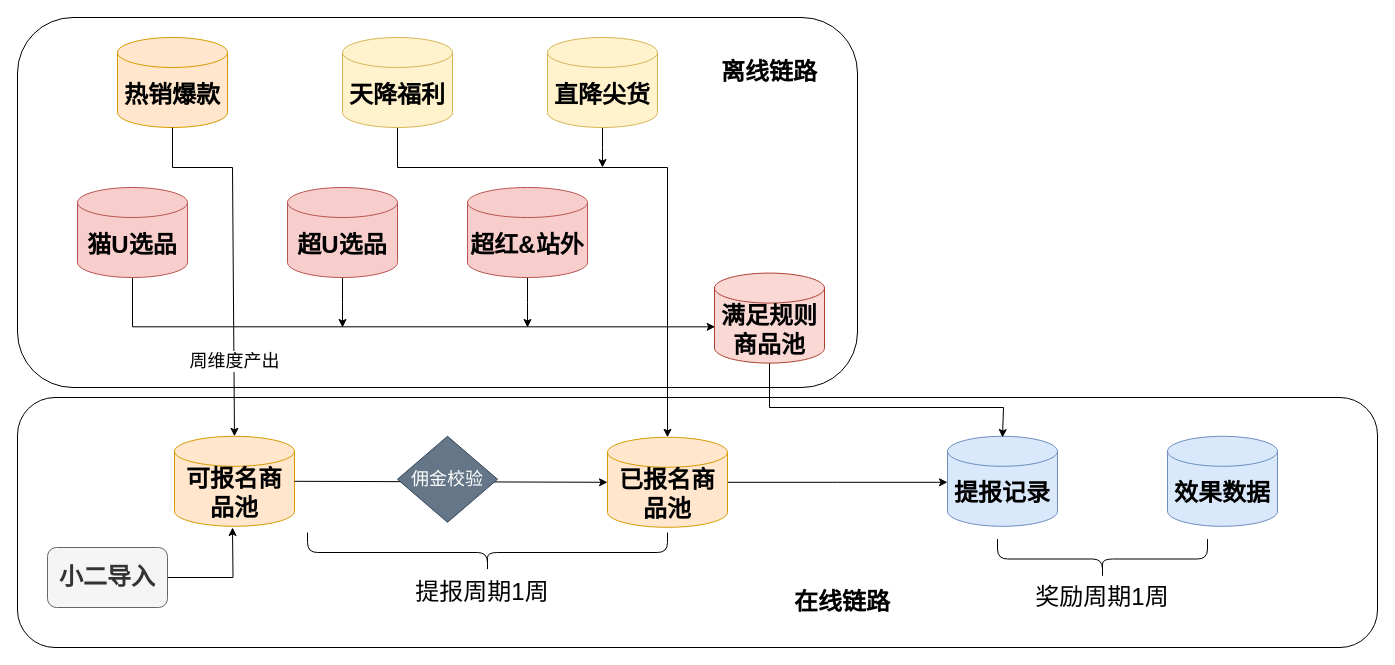
This is 淘客激励升级.drawio from RuishanFang/notes, a draw.io file, before an edit. Source tidied: cells renumbered, new cells numbered last; positions are measured from the earlier drawing's top-left corner, leaving out a move shared by most shapes. Both pictures are drawn from the tidied source at 100%, with x=0, y=0 at pixel (17, 17).
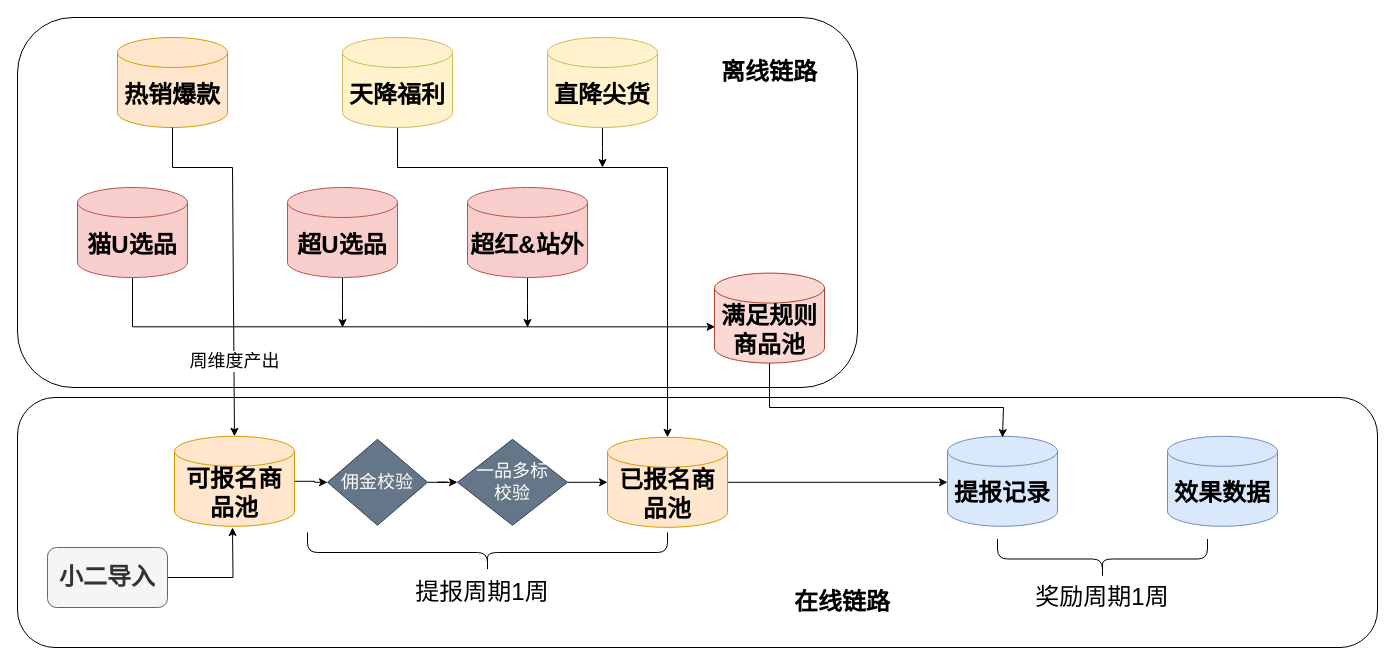
After the change.

Commit message:
更新淘客激励升级.drawio

Unchanged cells that the change refers to:
```xml
<mxCell id="9" value="&lt;font style=&quot;font-size: 24px;&quot;&gt;&lt;b style=&quot;&quot;&gt;可报名商品池&lt;/b&gt;&lt;/font&gt;" style="shape=cylinder3;whiteSpace=wrap;html=1;boundedLbl=1;backgroundOutline=1;size=15;fillColor=#ffe6cc;strokeColor=#d79b00;" parent="1" vertex="1">
  <mxGeometry x="157" y="418.8" width="120" height="90" as="geometry" />
</mxCell>
<mxCell id="11" value="&lt;span style=&quot;font-size: 24px;&quot;&gt;&lt;b&gt;已报名商品池&lt;/b&gt;&lt;/span&gt;" style="shape=cylinder3;whiteSpace=wrap;html=1;boundedLbl=1;backgroundOutline=1;size=15;fillColor=#ffe6cc;strokeColor=#d79b00;" parent="1" vertex="1">
  <mxGeometry x="590" y="419.8" width="120" height="90" as="geometry" />
</mxCell>
```

Change to the diagram source:
```diff
@@
+    <mxCell id="34" style="edgeStyle=orthogonalEdgeStyle;rounded=0;jettySize=auto;html=1;" parent="1" edge="1" source="9" target="31">
+      <mxGeometry relative="1" as="geometry" />
+    </mxCell>
@@
-    <mxCell id="14" style="endArrow=classic;html=1;rounded=0;exitX=1;exitY=0.5;exitDx=0;exitDy=0;exitPerimeter=0;entryX=0;entryY=0.5;entryDx=0;entryDy=0;entryPerimeter=0;" parent="1" edge="1" source="9" target="11">
+    <mxCell id="14" style="endArrow=classic;html=1;rounded=0;exitX=1;exitY=0.5;exitDx=0;exitDy=0;exitPerimeter=0;entryX=0;entryY=0.5;entryDx=0;entryDy=0;entryPerimeter=0;" parent="1" edge="1" source="36" target="11">
       <mxGeometry relative="1" as="geometry" />
     </mxCell>
@@
+    <mxCell id="35" style="edgeStyle=orthogonalEdgeStyle;rounded=0;jettySize=auto;html=1;" parent="1" edge="1" source="31" target="36">
+      <mxGeometry relative="1" as="geometry" />
+    </mxCell>
     <mxCell id="31" value="&lt;font style=&quot;font-size: 18px;&quot;&gt;佣金校验&lt;/font&gt;" style="rhombus;whiteSpace=wrap;html=1;fillColor=#647687;fontColor=#ffffff;strokeColor=#314354;" parent="1" vertex="1">
-      <mxGeometry x="380" y="418.8" width="100" height="86" as="geometry" />
+      <mxGeometry x="310" y="421.8" width="100" height="86" as="geometry" />
     </mxCell>
@@
+    <mxCell id="36" value="&lt;font style=&quot;font-size: 18px;&quot;&gt;一品多标&lt;br&gt;校验&lt;/font&gt;" style="rhombus;whiteSpace=wrap;html=1;fillColor=#647687;fontColor=#ffffff;strokeColor=#314354;" parent="1" vertex="1">
+      <mxGeometry x="440" y="421.8" width="110" height="86" as="geometry" />
+    </mxCell>
```
